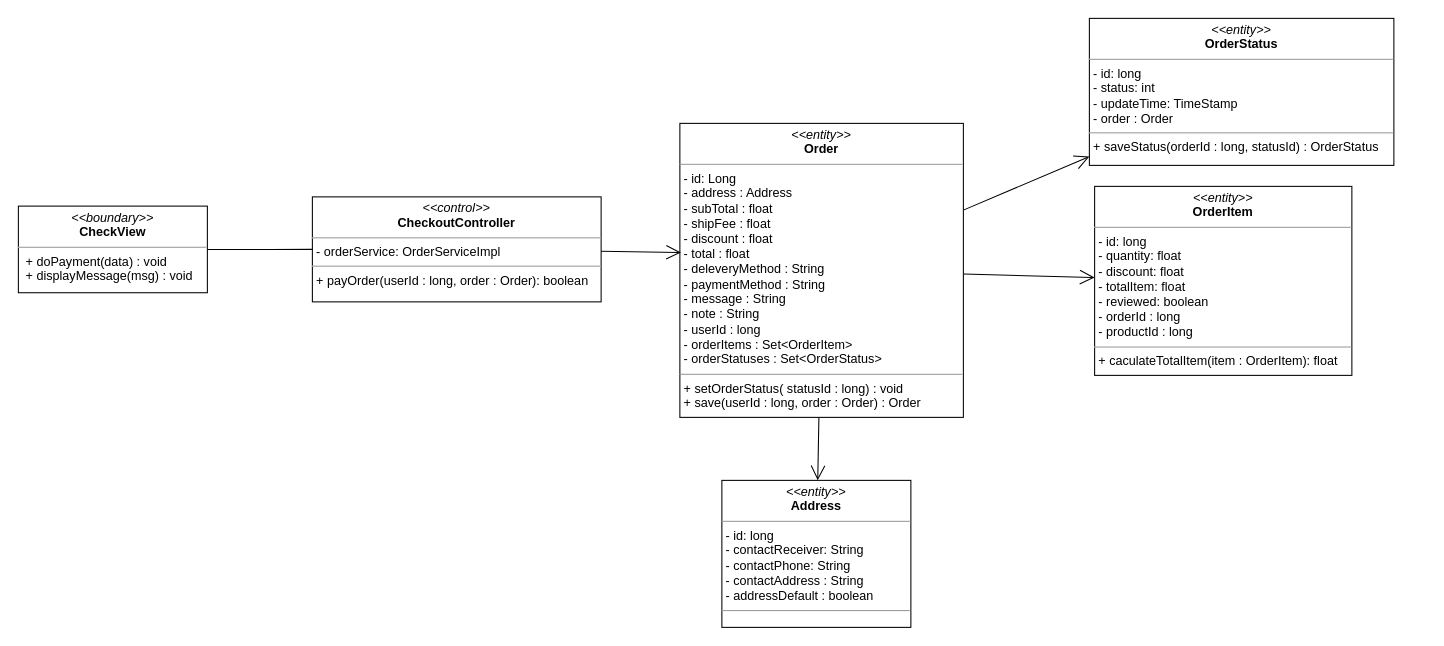
The draw.io diagram class diagram/chekout-class-diagram.drawio in nguyenphamvan/datn_20202, before the edit. Source tidied: cells renumbered, new cells numbered last; positions are measured from the earlier drawing's top-left corner, leaving out a move shared by most shapes. Both pictures are drawn from the tidied source at 105%, with x=0, y=0 at pixel (18, 18).
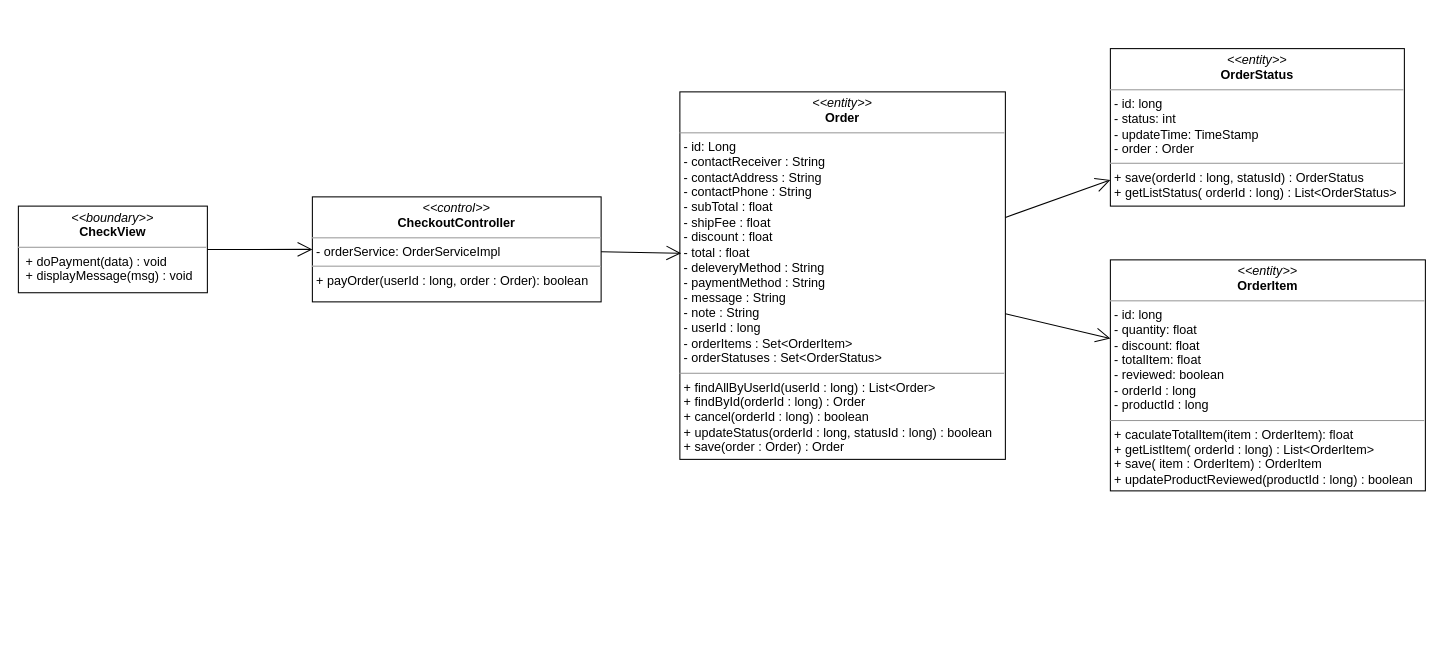
Above is the later version.

The edit, as a diff of the source:
```diff
@@
 <mxGraphModel>
   <root>
     <mxCell id="0" />
     <mxCell id="1" parent="0" />
     <mxCell id="2" value="&lt;p style=&quot;margin: 0px ; margin-top: 4px ; text-align: center&quot;&gt;&lt;i&gt;&amp;lt;&amp;lt;boundary&amp;gt;&amp;gt;&lt;/i&gt;&lt;br&gt;&lt;b&gt;CheckView&lt;/b&gt;&lt;/p&gt;&lt;hr size=&quot;1&quot;&gt;&lt;p style=&quot;margin: 0px ; margin-left: 4px&quot;&gt;&lt;span&gt;&amp;nbsp;&lt;/span&gt;&lt;span&gt;+ doPayment(data) : void&lt;/span&gt;&lt;/p&gt;&lt;p style=&quot;margin: 0px ; margin-left: 4px&quot;&gt;&lt;span&gt;&amp;nbsp;+ displayMessage(msg) : void&lt;/span&gt;&lt;/p&gt;" style="verticalAlign=top;align=left;overflow=fill;fontSize=12;fontFamily=Helvetica;html=1;" parent="1" vertex="1">
       <mxGeometry y="178.8" width="180" height="82.5" as="geometry" />
     </mxCell>
-    <mxCell id="3" value="&lt;p style=&quot;margin: 0px ; margin-top: 4px ; text-align: center&quot;&gt;&lt;i&gt;&amp;lt;&amp;lt;entity&amp;gt;&amp;gt;&lt;/i&gt;&lt;br&gt;&lt;b&gt;Address&lt;/b&gt;&lt;/p&gt;&lt;hr size=&quot;1&quot;&gt;&lt;p style=&quot;margin: 0px ; margin-left: 4px&quot;&gt;- id: long&lt;/p&gt;&lt;p style=&quot;margin: 0px ; margin-left: 4px&quot;&gt;- contactReceiver: String&lt;br&gt;- contactPhone: String&lt;/p&gt;&lt;p style=&quot;margin: 0px ; margin-left: 4px&quot;&gt;- contactAddress : String&lt;/p&gt;&lt;p style=&quot;margin: 0px ; margin-left: 4px&quot;&gt;- addressDefault : boolean&lt;/p&gt;&lt;hr size=&quot;1&quot;&gt;&lt;p style=&quot;margin: 0px ; margin-left: 4px&quot;&gt;&lt;br&gt;&lt;/p&gt;" style="verticalAlign=top;align=left;overflow=fill;fontSize=12;fontFamily=Helvetica;html=1;" parent="1" vertex="1">
-      <mxGeometry x="670" y="440" width="180" height="140" as="geometry" />
-    </mxCell>
-    <mxCell id="4" value="&lt;p style=&quot;margin: 0px ; margin-top: 4px ; text-align: center&quot;&gt;&lt;i&gt;&amp;lt;&amp;lt;entity&amp;gt;&amp;gt;&lt;/i&gt;&lt;br&gt;&lt;b&gt;Order&lt;/b&gt;&lt;/p&gt;&lt;hr size=&quot;1&quot;&gt;&lt;p style=&quot;margin: 0px ; margin-left: 4px&quot;&gt;- id: Long&lt;/p&gt;&lt;p style=&quot;margin: 0px 0px 0px 4px&quot;&gt;- address : Address&lt;/p&gt;&lt;p style=&quot;margin: 0px 0px 0px 4px&quot;&gt;- subTotal : float&lt;/p&gt;&lt;p style=&quot;margin: 0px 0px 0px 4px&quot;&gt;- shipFee : float&lt;/p&gt;&lt;p style=&quot;margin: 0px 0px 0px 4px&quot;&gt;- discount : float&lt;/p&gt;&lt;p style=&quot;margin: 0px 0px 0px 4px&quot;&gt;- total : float&lt;/p&gt;&lt;p style=&quot;margin: 0px 0px 0px 4px&quot;&gt;- deleveryMethod : String&lt;/p&gt;&lt;p style=&quot;margin: 0px 0px 0px 4px&quot;&gt;- paymentMethod : String&lt;/p&gt;&lt;p style=&quot;margin: 0px 0px 0px 4px&quot;&gt;- message : String&lt;/p&gt;&lt;p style=&quot;margin: 0px 0px 0px 4px&quot;&gt;- note : String&lt;/p&gt;&lt;p style=&quot;margin: 0px 0px 0px 4px&quot;&gt;- userId : long&lt;/p&gt;&lt;p style=&quot;margin: 0px 0px 0px 4px&quot;&gt;- orderItems : Set&amp;lt;OrderItem&amp;gt;&lt;/p&gt;&lt;p style=&quot;margin: 0px 0px 0px 4px&quot;&gt;- orderStatuses : Set&amp;lt;OrderStatus&amp;gt;&lt;/p&gt;&lt;hr size=&quot;1&quot;&gt;&lt;p style=&quot;margin: 0px ; margin-left: 4px&quot;&gt;&lt;span&gt;+ setOrderStatus( statusId : long) : void&lt;/span&gt;&lt;br&gt;&lt;/p&gt;&lt;p style=&quot;margin: 0px ; margin-left: 4px&quot;&gt;+ save(userId : long, order : Order) : Order&lt;/p&gt;" style="verticalAlign=top;align=left;overflow=fill;fontSize=12;fontFamily=Helvetica;html=1;" parent="1" vertex="1">
-      <mxGeometry x="630" y="100" width="270" height="280" as="geometry" />
+    <mxCell id="4" value="&lt;p style=&quot;margin: 0px ; margin-top: 4px ; text-align: center&quot;&gt;&lt;i&gt;&amp;lt;&amp;lt;entity&amp;gt;&amp;gt;&lt;/i&gt;&lt;br&gt;&lt;b&gt;Order&lt;/b&gt;&lt;/p&gt;&lt;hr size=&quot;1&quot;&gt;&lt;p style=&quot;margin: 0px ; margin-left: 4px&quot;&gt;- id: Long&lt;/p&gt;&lt;p style=&quot;margin: 0px 0px 0px 4px&quot;&gt;- contactReceiver : String&lt;/p&gt;&lt;p style=&quot;margin: 0px 0px 0px 4px&quot;&gt;- contactAddress : String&lt;/p&gt;&lt;p style=&quot;margin: 0px 0px 0px 4px&quot;&gt;- contactPhone : String&lt;/p&gt;&lt;p style=&quot;margin: 0px 0px 0px 4px&quot;&gt;- subTotal : float&lt;/p&gt;&lt;p style=&quot;margin: 0px 0px 0px 4px&quot;&gt;- shipFee : float&lt;/p&gt;&lt;p style=&quot;margin: 0px 0px 0px 4px&quot;&gt;- discount : float&lt;/p&gt;&lt;p style=&quot;margin: 0px 0px 0px 4px&quot;&gt;- total : float&lt;/p&gt;&lt;p style=&quot;margin: 0px 0px 0px 4px&quot;&gt;- deleveryMethod : String&lt;/p&gt;&lt;p style=&quot;margin: 0px 0px 0px 4px&quot;&gt;- paymentMethod : String&lt;/p&gt;&lt;p style=&quot;margin: 0px 0px 0px 4px&quot;&gt;- message : String&lt;/p&gt;&lt;p style=&quot;margin: 0px 0px 0px 4px&quot;&gt;- note : String&lt;/p&gt;&lt;p style=&quot;margin: 0px 0px 0px 4px&quot;&gt;- userId : long&lt;/p&gt;&lt;p style=&quot;margin: 0px 0px 0px 4px&quot;&gt;- orderItems : Set&amp;lt;OrderItem&amp;gt;&lt;/p&gt;&lt;p style=&quot;margin: 0px 0px 0px 4px&quot;&gt;- orderStatuses : Set&amp;lt;OrderStatus&amp;gt;&lt;/p&gt;&lt;hr size=&quot;1&quot;&gt;&lt;p style=&quot;margin: 0px 0px 0px 4px&quot;&gt;+ findAllByUserId(userId : long) : List&amp;lt;Order&amp;gt;&lt;/p&gt;&lt;p style=&quot;margin: 0px 0px 0px 4px&quot;&gt;+ findById(orderId : long) : Order&lt;br&gt;&lt;/p&gt;&lt;p style=&quot;margin: 0px 0px 0px 4px&quot;&gt;+ cancel(orderId : long) : boolean&lt;br&gt;&lt;/p&gt;&lt;p style=&quot;margin: 0px 0px 0px 4px&quot;&gt;+ updateStatus(orderId : long, statusId : long) : boolean&lt;/p&gt;&lt;p style=&quot;margin: 0px 0px 0px 4px&quot;&gt;+ save(order : Order) : Order&lt;/p&gt;" style="verticalAlign=top;align=left;overflow=fill;fontSize=12;fontFamily=Helvetica;html=1;" parent="1" vertex="1">
+      <mxGeometry x="630" y="70" width="310" height="350" as="geometry" />
     </mxCell>
-    <mxCell id="5" value="&lt;p style=&quot;margin: 0px ; margin-top: 4px ; text-align: center&quot;&gt;&lt;i&gt;&amp;lt;&amp;lt;entity&amp;gt;&amp;gt;&lt;/i&gt;&lt;br&gt;&lt;b&gt;OrderItem&lt;/b&gt;&lt;/p&gt;&lt;hr size=&quot;1&quot;&gt;&lt;p style=&quot;margin: 0px ; margin-left: 4px&quot;&gt;- id: long&lt;/p&gt;&lt;p style=&quot;margin: 0px ; margin-left: 4px&quot;&gt;- quantity: float&lt;br&gt;- discount: float&lt;/p&gt;&lt;p style=&quot;margin: 0px ; margin-left: 4px&quot;&gt;- totalItem: float&lt;/p&gt;&lt;p style=&quot;margin: 0px ; margin-left: 4px&quot;&gt;- reviewed: boolean&lt;/p&gt;&lt;p style=&quot;margin: 0px ; margin-left: 4px&quot;&gt;- orderId : long&lt;/p&gt;&lt;p style=&quot;margin: 0px ; margin-left: 4px&quot;&gt;- productId : long&lt;/p&gt;&lt;hr size=&quot;1&quot;&gt;&lt;p style=&quot;margin: 0px ; margin-left: 4px&quot;&gt;+ caculateTotalItem(item : OrderItem): float&lt;br&gt;&lt;/p&gt;" style="verticalAlign=top;align=left;overflow=fill;fontSize=12;fontFamily=Helvetica;html=1;" parent="1" vertex="1">
-      <mxGeometry x="1025" y="160" width="245" height="180" as="geometry" />
+    <mxCell id="5" value="&lt;p style=&quot;margin: 0px ; margin-top: 4px ; text-align: center&quot;&gt;&lt;i&gt;&amp;lt;&amp;lt;entity&amp;gt;&amp;gt;&lt;/i&gt;&lt;br&gt;&lt;b&gt;OrderItem&lt;/b&gt;&lt;/p&gt;&lt;hr size=&quot;1&quot;&gt;&lt;p style=&quot;margin: 0px ; margin-left: 4px&quot;&gt;- id: long&lt;/p&gt;&lt;p style=&quot;margin: 0px ; margin-left: 4px&quot;&gt;- quantity: float&lt;br&gt;- discount: float&lt;/p&gt;&lt;p style=&quot;margin: 0px ; margin-left: 4px&quot;&gt;- totalItem: float&lt;/p&gt;&lt;p style=&quot;margin: 0px ; margin-left: 4px&quot;&gt;- reviewed: boolean&lt;/p&gt;&lt;p style=&quot;margin: 0px ; margin-left: 4px&quot;&gt;- orderId : long&lt;/p&gt;&lt;p style=&quot;margin: 0px ; margin-left: 4px&quot;&gt;- productId : long&lt;/p&gt;&lt;hr size=&quot;1&quot;&gt;&lt;p style=&quot;margin: 0px 0px 0px 4px&quot;&gt;+ caculateTotalItem(item : OrderItem): float&lt;br&gt;&lt;/p&gt;&lt;p style=&quot;margin: 0px 0px 0px 4px&quot;&gt;+ getListItem( orderId : long) : List&amp;lt;OrderItem&amp;gt;&lt;br&gt;&lt;/p&gt;&lt;p style=&quot;margin: 0px 0px 0px 4px&quot;&gt;+ save( item : OrderItem) : OrderItem&lt;/p&gt;&lt;p style=&quot;margin: 0px 0px 0px 4px&quot;&gt;+ updateProductReviewed(productId : long) : boolean&lt;/p&gt;" style="verticalAlign=top;align=left;overflow=fill;fontSize=12;fontFamily=Helvetica;html=1;" parent="1" vertex="1">
+      <mxGeometry x="1040" y="230" width="300" height="220" as="geometry" />
     </mxCell>
     <mxCell id="6" value="&lt;p style=&quot;margin: 0px ; margin-top: 4px ; text-align: center&quot;&gt;&lt;i&gt;&amp;lt;&amp;lt;control&amp;gt;&amp;gt;&lt;/i&gt;&lt;br&gt;&lt;b&gt;CheckoutController&lt;/b&gt;&lt;br&gt;&lt;/p&gt;&lt;hr size=&quot;1&quot;&gt;&lt;p style=&quot;margin: 0px ; margin-left: 4px&quot;&gt;- orderService: OrderServiceImpl&lt;/p&gt;&lt;hr size=&quot;1&quot;&gt;&lt;p style=&quot;margin: 0px ; margin-left: 4px&quot;&gt;+ payOrder(userId : long, order : Order): boolean&lt;/p&gt;" style="verticalAlign=top;align=left;overflow=fill;fontSize=12;fontFamily=Helvetica;html=1;" parent="1" vertex="1">
       <mxGeometry x="280" y="170" width="275" height="100" as="geometry" />
     </mxCell>
-    <mxCell id="7" style="endArrow=none;html=1;edgeStyle=orthogonalEdgeStyle;strokeColor=#000000;" parent="1" edge="1" source="2" target="6">
-      <mxGeometry relative="1" as="geometry" />
-    </mxCell>
     <mxCell id="8" style="endArrow=open;endFill=1;endSize=12;html=1;entryX=0.004;entryY=0.439;entryDx=0;entryDy=0;entryPerimeter=0;" parent="1" edge="1" source="6" target="4">
       <mxGeometry relative="1" as="geometry" />
     </mxCell>
-    <mxCell id="9" value="&lt;p style=&quot;margin: 0px ; margin-top: 4px ; text-align: center&quot;&gt;&lt;i&gt;&amp;lt;&amp;lt;entity&amp;gt;&amp;gt;&lt;/i&gt;&lt;br&gt;&lt;b&gt;OrderStatus&lt;/b&gt;&lt;/p&gt;&lt;hr size=&quot;1&quot;&gt;&lt;p style=&quot;margin: 0px ; margin-left: 4px&quot;&gt;- id: long&lt;/p&gt;&lt;p style=&quot;margin: 0px ; margin-left: 4px&quot;&gt;- status: int&lt;br&gt;- updateTime: TimeStamp&lt;/p&gt;&lt;p style=&quot;margin: 0px ; margin-left: 4px&quot;&gt;- order : Order&lt;/p&gt;&lt;hr size=&quot;1&quot;&gt;&lt;p style=&quot;margin: 0px ; margin-left: 4px&quot;&gt;+ saveStatus(orderId : long, statusId) : OrderStatus&lt;/p&gt;" style="verticalAlign=top;align=left;overflow=fill;fontSize=12;fontFamily=Helvetica;html=1;" parent="1" vertex="1">
-      <mxGeometry x="1020" width="290" height="140" as="geometry" />
+    <mxCell id="9" value="&lt;p style=&quot;margin: 0px ; margin-top: 4px ; text-align: center&quot;&gt;&lt;i&gt;&amp;lt;&amp;lt;entity&amp;gt;&amp;gt;&lt;/i&gt;&lt;br&gt;&lt;b&gt;OrderStatus&lt;/b&gt;&lt;/p&gt;&lt;hr size=&quot;1&quot;&gt;&lt;p style=&quot;margin: 0px ; margin-left: 4px&quot;&gt;- id: long&lt;/p&gt;&lt;p style=&quot;margin: 0px ; margin-left: 4px&quot;&gt;- status: int&lt;br&gt;- updateTime: TimeStamp&lt;/p&gt;&lt;p style=&quot;margin: 0px ; margin-left: 4px&quot;&gt;- order : Order&lt;/p&gt;&lt;hr size=&quot;1&quot;&gt;&lt;p style=&quot;margin: 0px ; margin-left: 4px&quot;&gt;+ save(orderId : long, statusId) : OrderStatus&lt;/p&gt;&lt;p style=&quot;margin: 0px ; margin-left: 4px&quot;&gt;+ getListStatus( orderId : long) : List&amp;lt;OrderStatus&amp;gt;&lt;/p&gt;" style="verticalAlign=top;align=left;overflow=fill;fontSize=12;fontFamily=Helvetica;html=1;" parent="1" vertex="1">
+      <mxGeometry x="1040" y="28.8" width="280" height="150" as="geometry" />
     </mxCell>
     <mxCell id="10" style="endArrow=open;endFill=1;endSize=12;html=1;" parent="1" edge="1" source="4" target="9">
       <mxGeometry relative="1" as="geometry" />
     </mxCell>
     <mxCell id="11" style="endArrow=open;endFill=1;endSize=12;html=1;" parent="1" edge="1" source="4" target="5">
       <mxGeometry relative="1" as="geometry" />
     </mxCell>
-    <mxCell id="12" style="endArrow=open;endFill=1;endSize=12;html=1;" parent="1" edge="1" source="4" target="3">
-      <mxGeometry relative="1" as="geometry" />
-    </mxCell>
+    <mxCell id="7" style="endArrow=open;endFill=1;endSize=12;html=1;" parent="1" edge="1" source="2" target="6">
+      <mxGeometry relative="1" as="geometry" />
+    </mxCell>
   </root>
 </mxGraphModel>
```
